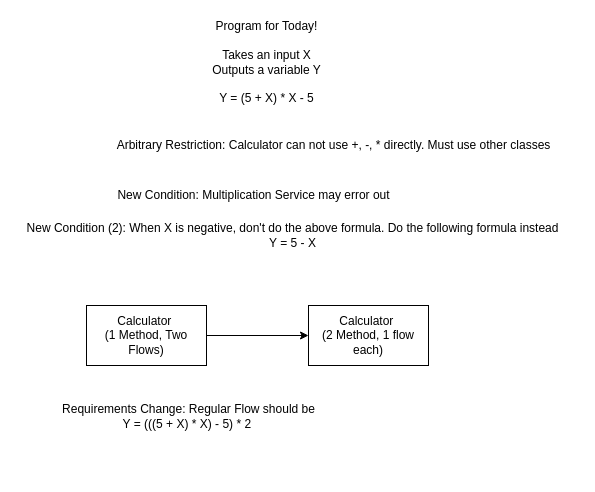
Before: VideoDiagram.drawio in NguyenAndrew/UnitTestVideoTutorial, a draw.io diagram. Source tidied: cells renumbered, new cells numbered last; positions are measured from the earlier drawing's top-left corner, leaving out a move shared by most shapes. Both pictures are drawn from the tidied source at 100%, with x=0, y=0 at pixel (17, 17).
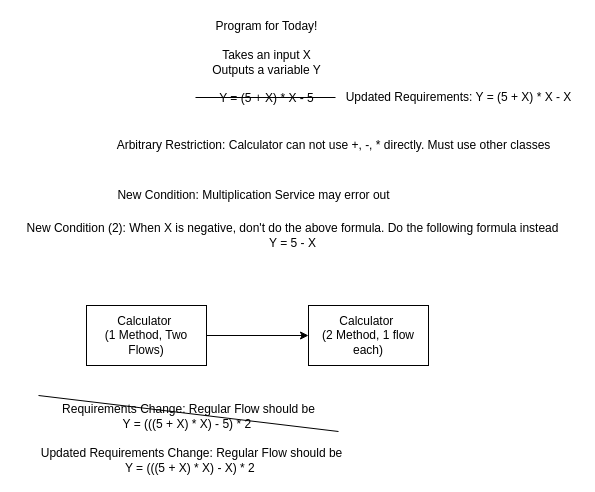
The same page after the edit.

What changed in the source:
```diff
@@
 <mxGraphModel>
   <root>
     <mxCell id="0" />
     <mxCell id="1" parent="0" />
     <mxCell id="2" value="Program for Today!&lt;br&gt;&lt;br&gt;Takes an input X&lt;br&gt;Outputs a variable Y&lt;br&gt;&lt;br&gt;Y = (5 + X) * X - 5" style="text;html=1;align=center;verticalAlign=middle;" parent="1" vertex="1">
       <mxGeometry x="189" width="120" height="90" as="geometry" />
     </mxCell>
     <mxCell id="3" value="Arbitrary Restriction: Calculator can not use +, -, * directly. Must use other classes" style="text;html=1;align=center;verticalAlign=middle;" parent="1" vertex="1">
       <mxGeometry x="91" y="118" width="450" height="20" as="geometry" />
     </mxCell>
     <mxCell id="4" value="New Condition: Multiplication Service may error out" style="text;html=1;align=center;verticalAlign=middle;" parent="1" vertex="1">
       <mxGeometry x="91" y="168" width="290" height="20" as="geometry" />
     </mxCell>
     <mxCell id="5" value="New Condition (2): When X is negative, don't do the above formula. Do the following formula instead&lt;br&gt;Y = 5 - X" style="text;html=1;align=center;verticalAlign=middle;" parent="1" vertex="1">
       <mxGeometry y="203" width="550" height="30" as="geometry" />
     </mxCell>
     <mxCell id="6" style="edgeStyle=orthogonalEdgeStyle;rounded=0;jettySize=auto;html=1;entryX=0;entryY=0.5;entryDx=0;entryDy=0;" parent="1" edge="1" source="7" target="8">
       <mxGeometry relative="1" as="geometry" />
     </mxCell>
     <mxCell id="7" value="Calculator&amp;nbsp;&lt;br&gt;(1 Method, Two Flows)" style="rounded=0;whiteSpace=wrap;html=1;" parent="1" vertex="1">
       <mxGeometry x="69" y="288" width="120" height="60" as="geometry" />
     </mxCell>
     <mxCell id="8" value="Calculator&amp;nbsp;&lt;br&gt;(2 Method, 1 flow each)" style="rounded=0;whiteSpace=wrap;html=1;" parent="1" vertex="1">
       <mxGeometry x="291" y="288" width="120" height="60" as="geometry" />
     </mxCell>
     <mxCell id="9" value="Requirements Change: Regular Flow should be&lt;br&gt;Y = (((5 + X) * X) - 5) * 2&amp;nbsp;" style="text;html=1;align=center;verticalAlign=middle;" parent="1" vertex="1">
       <mxGeometry x="36" y="384" width="270" height="30" as="geometry" />
     </mxCell>
+    <mxCell id="10" style="endArrow=none;html=1;" parent="1" edge="1">
+      <mxGeometry relative="1" as="geometry">
+        <mxPoint x="178" y="80" as="sourcePoint" />
+        <mxPoint x="318" y="80" as="targetPoint" />
+      </mxGeometry>
+    </mxCell>
+    <mxCell id="11" value="Updated Requirements: Y = (5 + X) * X - X" style="text;html=1;align=center;verticalAlign=middle;" parent="1" vertex="1">
+      <mxGeometry x="321" y="70" width="240" height="20" as="geometry" />
+    </mxCell>
+    <mxCell id="12" style="endArrow=none;html=1;" parent="1" edge="1">
+      <mxGeometry relative="1" as="geometry">
+        <mxPoint x="21" y="378" as="sourcePoint" />
+        <mxPoint x="321" y="414" as="targetPoint" />
+      </mxGeometry>
+    </mxCell>
+    <mxCell id="13" value="Updated Requirements Change: Regular Flow should be&lt;br&gt;Y = (((5 + X) * X) - X) * 2&amp;nbsp;" style="text;html=1;align=center;verticalAlign=middle;" parent="1" vertex="1">
+      <mxGeometry x="14" y="428" width="320" height="30" as="geometry" />
+    </mxCell>
   </root>
 </mxGraphModel>
```
